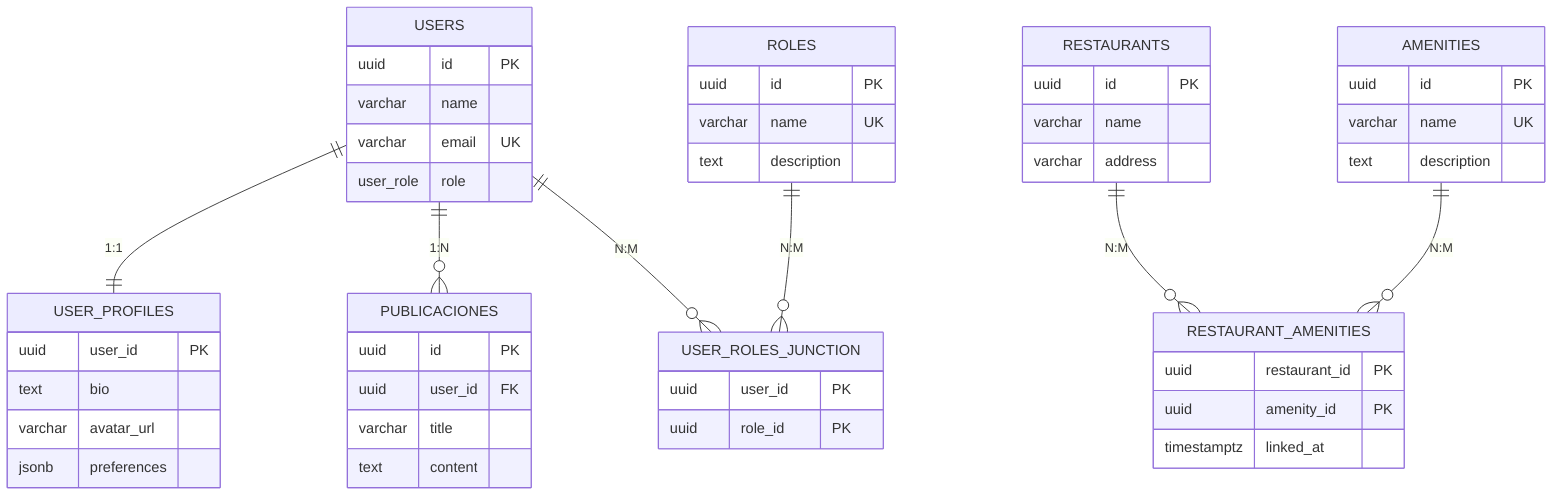
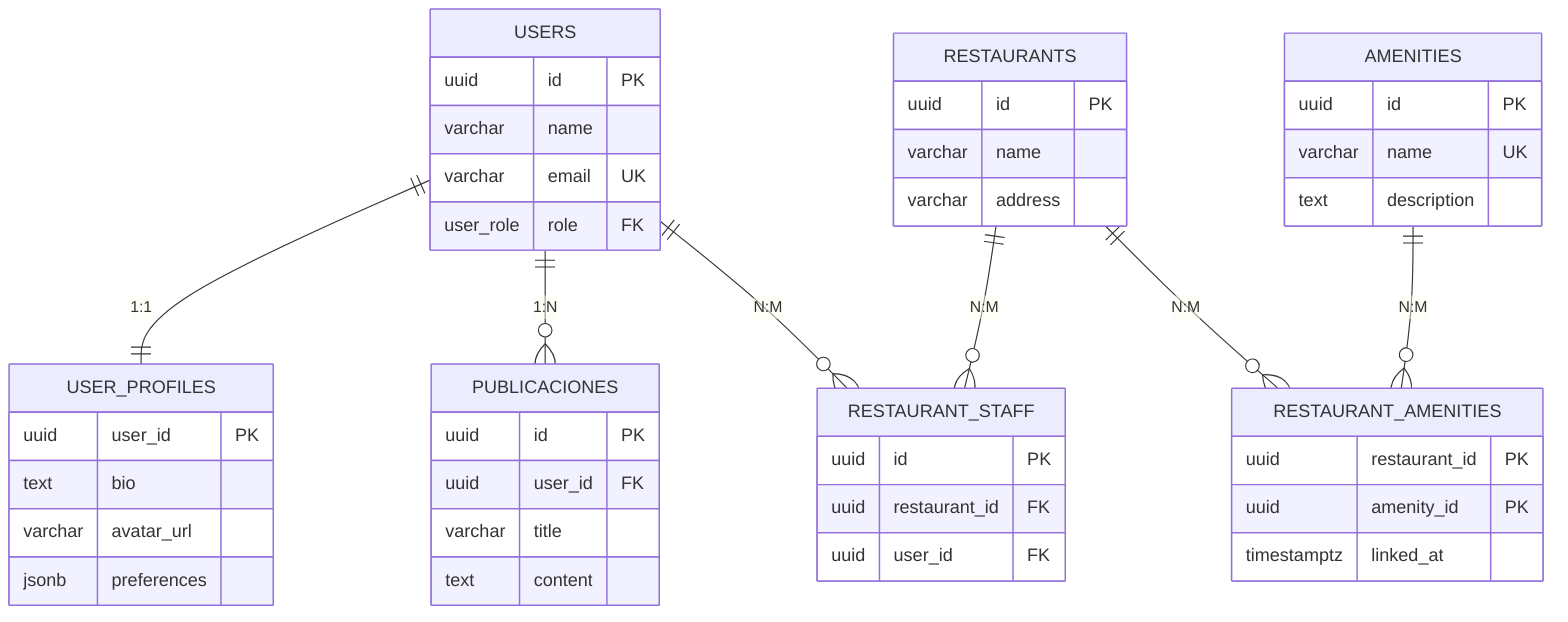
erDiagram
    USERS ||--|| USER_PROFILES : "1:1"
    USERS ||--o{ PUBLICACIONES : "1:N"
-     USERS ||--o{ USER_ROLES_JUNCTION : "N:M"
-     ROLES ||--o{ USER_ROLES_JUNCTION : "N:M"
+     USERS ||--o{ RESTAURANT_STAFF : "N:M"
+     RESTAURANTS ||--o{ RESTAURANT_STAFF : "N:M"
    RESTAURANTS ||--o{ RESTAURANT_AMENITIES : "N:M"
    AMENITIES ||--o{ RESTAURANT_AMENITIES : "N:M"

    USERS {
        uuid id PK
        varchar name
        varchar email UK
-         user_role role
+         user_role role FK
    }

    USER_PROFILES {
        uuid user_id PK
        text bio
        varchar avatar_url
        jsonb preferences
    }

    PUBLICACIONES {
        uuid id PK
        uuid user_id FK
        varchar title
        text content
    }

-     ROLES {
-         uuid id PK
-         varchar name UK
-         text description
-     }
- 
-     USER_ROLES_JUNCTION {
-         uuid user_id PK
-         uuid role_id PK
-     }
- 
    RESTAURANTS {
        uuid id PK
        varchar name
        varchar address
+     }
+ 
+     RESTAURANT_STAFF {
+         uuid id PK
+         uuid restaurant_id FK
+         uuid user_id FK
    }

    AMENITIES {
        uuid id PK
        varchar name UK
        text description
    }

    RESTAURANT_AMENITIES {
        uuid restaurant_id PK
        uuid amenity_id PK
        timestamptz linked_at
    }
